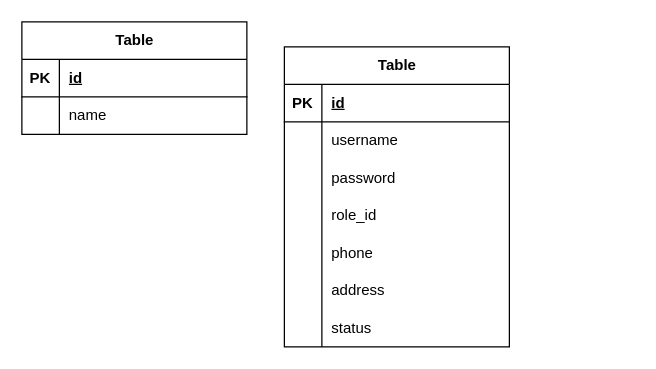
The draw.io diagram Peminjaman Buku.drawio in AnnisahF/peminjamanbuku, before the edit. Source tidied: cells renumbered, new cells numbered last; positions are measured from the earlier drawing's top-left corner, leaving out a move shared by most shapes. Both pictures are drawn from the tidied source at 125%, with x=0, y=0 at pixel (21, 21).
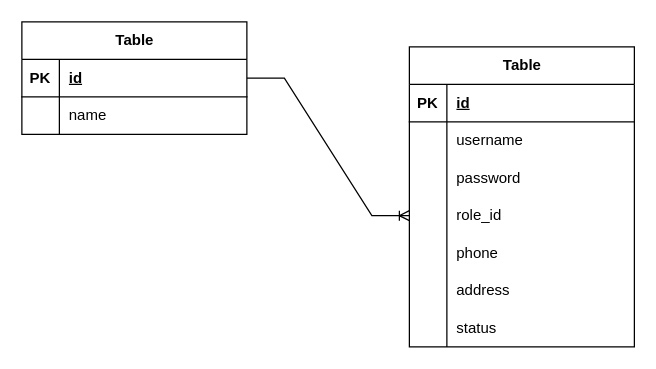
Above is the later version.

The change refers to these unchanged cells:
```xml
<mxCell id="3" style="shape=tableRow;horizontal=0;startSize=0;swimlaneHead=0;swimlaneBody=0;fillColor=none;points=[[0,0.5],[1,0.5]];portConstraint=eastwest;top=0;left=0;right=0;bottom=1;" parent="2" vertex="1">
  <mxGeometry y="30" width="180" height="30" as="geometry" />
</mxCell>
<mxCell id="19" style="shape=tableRow;horizontal=0;startSize=0;swimlaneHead=0;swimlaneBody=0;fillColor=none;points=[[0,0.5],[1,0.5]];portConstraint=eastwest;top=0;left=0;right=0;bottom=0;" parent="9" vertex="1">
  <mxGeometry y="120" width="180" height="30" as="geometry" />
</mxCell>
```

The edit, as a diff of the source:
```diff
@@
     <mxCell id="9" value="Table" style="shape=table;startSize=30;childLayout=tableLayout;rowLines=0;fontStyle=1;align=center;html=1;" parent="1" vertex="1">
-      <mxGeometry x="210" y="20" width="180" height="240" as="geometry" />
+      <mxGeometry x="310" y="20" width="180" height="240" as="geometry" />
     </mxCell>
@@
+    <mxCell id="31" style="edgeStyle=entityRelationEdgeStyle;fontSize=12;html=1;endArrow=ERoneToMany;rounded=0;" parent="1" edge="1" source="3" target="19">
+      <mxGeometry relative="1" as="geometry" />
+    </mxCell>
```
